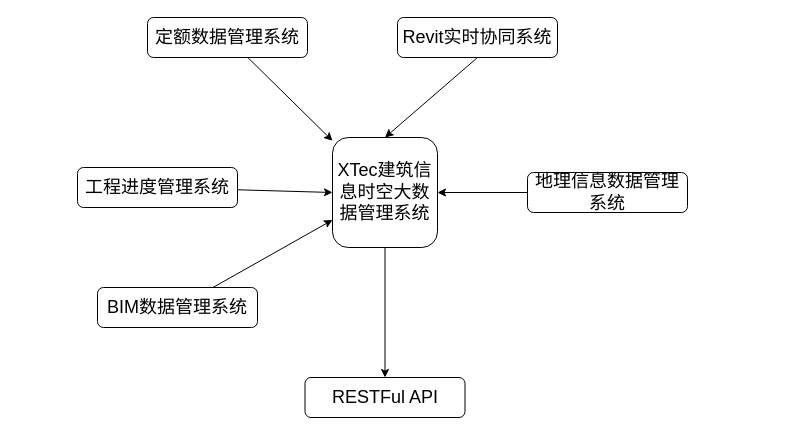
Above: 建筑信息时空大数据平台架构图.drawio in gaochaowyq/MinderGraph (draw.io), before the change. Source tidied: cells renumbered, new cells numbered last; positions are measured from the earlier drawing's top-left corner, leaving out a move shared by most shapes. Both pictures are drawn from the tidied source at 100%, with x=0, y=0 at pixel (77, 17).
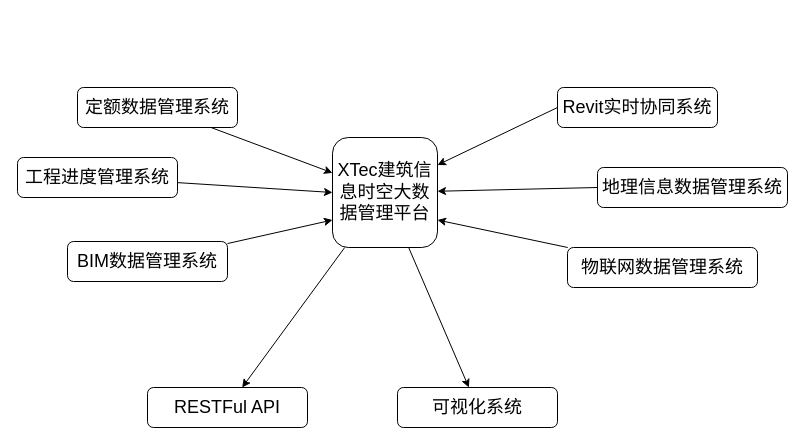
The same page after the edit.

Commit message (it also covers changes not shown here):
更新建筑信息时空大数据平台架构图.drawio

The edit, as a diff of the source:
```diff
@@
 <mxGraphModel>
   <root>
     <mxCell id="0" />
     <mxCell id="1" parent="0" />
     <mxCell id="2" style="rounded=0;jettySize=auto;html=1;" parent="1" edge="1" source="3" target="14">
       <mxGeometry relative="1" as="geometry" />
     </mxCell>
+    <mxCell id="15" style="rounded=0;jettySize=auto;html=1;" parent="1" edge="1" source="3" target="18">
+      <mxGeometry relative="1" as="geometry" />
+    </mxCell>
-    <mxCell id="3" value="&lt;font style=&quot;font-size: 18px;&quot;&gt;XTec建筑信息时空大数据管理系统&lt;/font&gt;" style="rounded=1;whiteSpace=wrap;html=1;" parent="1" vertex="1">
+    <mxCell id="3" value="&lt;font style=&quot;font-size: 18px;&quot;&gt;XTec建筑信息时空大数据管理平台&lt;/font&gt;" style="rounded=1;whiteSpace=wrap;html=1;" parent="1" vertex="1">
       <mxGeometry x="255" y="120" width="105" height="110" as="geometry" />
     </mxCell>
-    <mxCell id="4" style="rounded=0;jettySize=auto;html=1;exitX=0.5;exitY=1;exitDx=0;exitDy=0;entryX=0.5;entryY=0;entryDx=0;entryDy=0;" parent="1" edge="1" source="5" target="3">
+    <mxCell id="4" style="rounded=0;jettySize=auto;html=1;exitX=0;exitY=0.5;exitDx=0;exitDy=0;entryX=1;entryY=0.25;entryDx=0;entryDy=0;" parent="1" edge="1" source="5" target="3">
       <mxGeometry relative="1" as="geometry" />
     </mxCell>
     <mxCell id="5" value="&lt;div style=&quot;font-size: 18px;&quot;&gt;&lt;font style=&quot;font-size: 18px;&quot;&gt;Revit实时协同系统&lt;/font&gt;&lt;/div&gt;" style="rounded=1;whiteSpace=wrap;html=1;" parent="1" vertex="1">
-      <mxGeometry x="320" width="160" height="40" as="geometry" />
+      <mxGeometry x="480" y="70" width="160" height="40" as="geometry" />
     </mxCell>
     <mxCell id="6" style="rounded=0;jettySize=auto;html=1;" parent="1" edge="1" source="7" target="3">
       <mxGeometry relative="1" as="geometry" />
     </mxCell>
     <mxCell id="7" value="&lt;div style=&quot;font-size: 18px;&quot;&gt;定额数据管理系统&lt;/div&gt;" style="rounded=1;whiteSpace=wrap;html=1;" parent="1" vertex="1">
-      <mxGeometry x="70" width="160" height="40" as="geometry" />
+      <mxGeometry y="70" width="160" height="40" as="geometry" />
     </mxCell>
     <mxCell id="8" style="rounded=0;jettySize=auto;html=1;entryX=0;entryY=0.5;entryDx=0;entryDy=0;" parent="1" edge="1" source="9" target="3">
       <mxGeometry relative="1" as="geometry" />
     </mxCell>
     <mxCell id="9" value="&lt;font style=&quot;font-size: 18px;&quot;&gt;工程进度管理系统&lt;/font&gt;" style="rounded=1;whiteSpace=wrap;html=1;" parent="1" vertex="1">
-      <mxGeometry y="150" width="160" height="40" as="geometry" />
+      <mxGeometry x="-60" y="140" width="160" height="40" as="geometry" />
     </mxCell>
     <mxCell id="10" style="rounded=0;jettySize=auto;html=1;entryX=0;entryY=0.75;entryDx=0;entryDy=0;" parent="1" edge="1" source="11" target="3">
       <mxGeometry relative="1" as="geometry" />
     </mxCell>
     <mxCell id="11" value="&lt;font style=&quot;font-size: 18px;&quot;&gt;BIM数据管理系统&lt;/font&gt;" style="rounded=1;whiteSpace=wrap;html=1;" parent="1" vertex="1">
-      <mxGeometry x="20" y="270" width="160" height="40" as="geometry" />
+      <mxGeometry x="-10" y="224" width="160" height="40" as="geometry" />
     </mxCell>
     <mxCell id="12" style="rounded=0;jettySize=auto;html=1;exitX=0;exitY=0.5;exitDx=0;exitDy=0;" parent="1" edge="1" source="13" target="3">
       <mxGeometry relative="1" as="geometry" />
     </mxCell>
     <mxCell id="13" value="&lt;font style=&quot;font-size: 18px;&quot;&gt;地理信息数据管理系统&lt;/font&gt;" style="rounded=1;whiteSpace=wrap;html=1;" parent="1" vertex="1">
-      <mxGeometry x="450" y="155" width="160" height="40" as="geometry" />
+      <mxGeometry x="520" y="150" width="190" height="40" as="geometry" />
     </mxCell>
     <mxCell id="14" value="&lt;font style=&quot;font-size: 18px;&quot;&gt;RESTFul API&lt;/font&gt;" style="rounded=1;whiteSpace=wrap;html=1;" parent="1" vertex="1">
-      <mxGeometry x="227.5" y="360" width="160" height="40" as="geometry" />
+      <mxGeometry x="70" y="370" width="160" height="40" as="geometry" />
     </mxCell>
+    <mxCell id="16" style="rounded=0;jettySize=auto;html=1;entryX=1;entryY=0.75;entryDx=0;entryDy=0;" parent="1" edge="1" source="17" target="3">
+      <mxGeometry relative="1" as="geometry" />
+    </mxCell>
+    <mxCell id="17" value="&lt;font style=&quot;font-size: 18px;&quot;&gt;物联网数据管理系统&lt;/font&gt;" style="rounded=1;whiteSpace=wrap;html=1;" parent="1" vertex="1">
+      <mxGeometry x="490" y="230" width="190" height="40" as="geometry" />
+    </mxCell>
+    <mxCell id="18" value="&lt;font style=&quot;font-size: 18px;&quot;&gt;可视化系统&lt;/font&gt;" style="rounded=1;whiteSpace=wrap;html=1;" parent="1" vertex="1">
+      <mxGeometry x="320" y="370" width="160" height="40" as="geometry" />
+    </mxCell>
   </root>
 </mxGraphModel>
```
